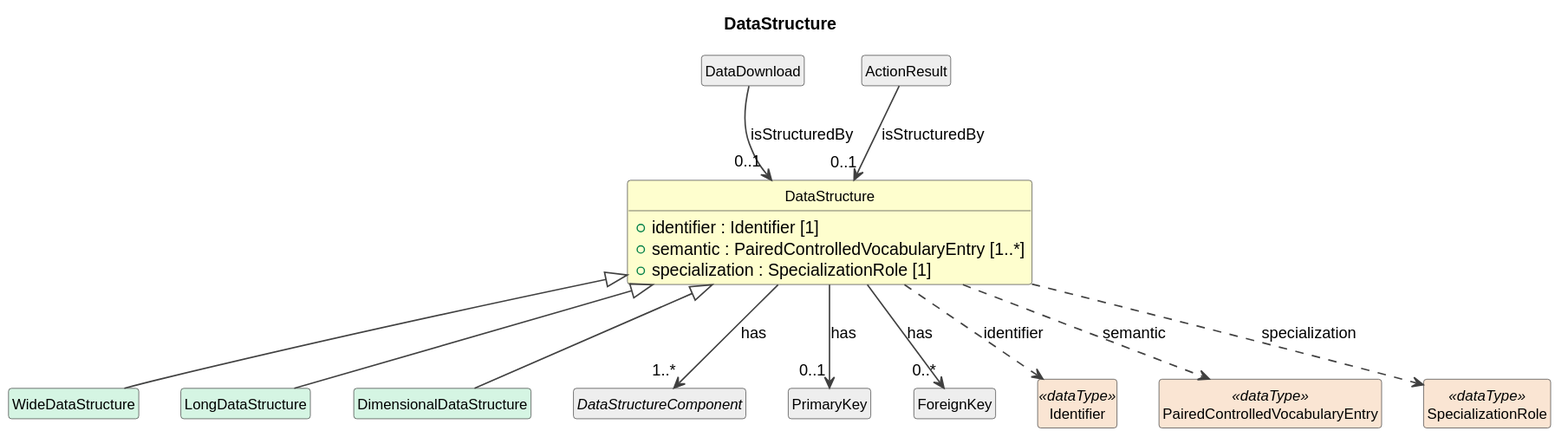
Above: cdif-uml-model/_plantuml/cdifDataStructure/Classes/DataStructure.svg in Cross-Domain-Interoperability-Framework/metadataBuildingBlocks (PlantUML), before the change.
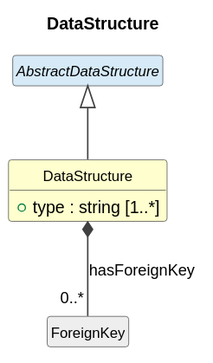
The same file after the commit.

What changed in the source:
```diff
@@ -11,30 +11,10 @@
 }
 
 class "DataStructure" as DataStructure #FEFECE {
-  +identifier : Identifier [1]
-  +semantic : PairedControlledVocabularyEntry [1..*]
-  +specialization : SpecializationRole [1]
+  +type : string [1..*]
 }
-class "WideDataStructure" as WideDataStructure #D5F5E3
-DataStructure <|-- WideDataStructure
-class "LongDataStructure" as LongDataStructure #D5F5E3
-DataStructure <|-- LongDataStructure
-class "DimensionalDataStructure" as DimensionalDataStructure #D5F5E3
-DataStructure <|-- DimensionalDataStructure
-abstract class "DataStructureComponent" as DataStructureComponent #EEEEEE
-DataStructure --> "1..*" DataStructureComponent : has
-class "PrimaryKey" as PrimaryKey #EEEEEE
-DataStructure --> "0..1" PrimaryKey : has
+abstract class "AbstractDataStructure" as AbstractDataStructure #D6EAF8
+AbstractDataStructure <|-- DataStructure
 class "ForeignKey" as ForeignKey #EEEEEE
-DataStructure --> "0..*" ForeignKey : has
-class "DataDownload" as DataDownload #EEEEEE
-DataDownload --> "0..1" DataStructure : isStructuredBy
-class "ActionResult" as ActionResult #EEEEEE
-ActionResult --> "0..1" DataStructure : isStructuredBy
-class "Identifier" as Identifier <<dataType>> #FAE5D3
-DataStructure ..> Identifier : identifier
-class "PairedControlledVocabularyEntry" as PairedControlledVocabularyEntry <<dataType>> #FAE5D3
-DataStructure ..> PairedControlledVocabularyEntry : semantic
-class "SpecializationRole" as SpecializationRole <<dataType>> #FAE5D3
-DataStructure ..> SpecializationRole : specialization
+DataStructure *-- "0..*" ForeignKey : hasForeignKey
 @enduml
```
